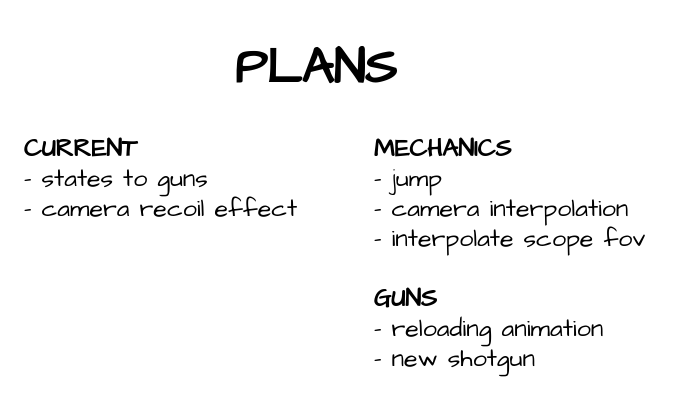
Earlier version of the draw.io diagram plans.drawio (HasChad/bevy-shooting-range). Source tidied: cells renumbered, new cells numbered last; positions are measured from the earlier drawing's top-left corner, leaving out a move shared by most shapes. Both pictures are drawn from the tidied source at 125%, with x=0, y=0 at pixel (21, 21).
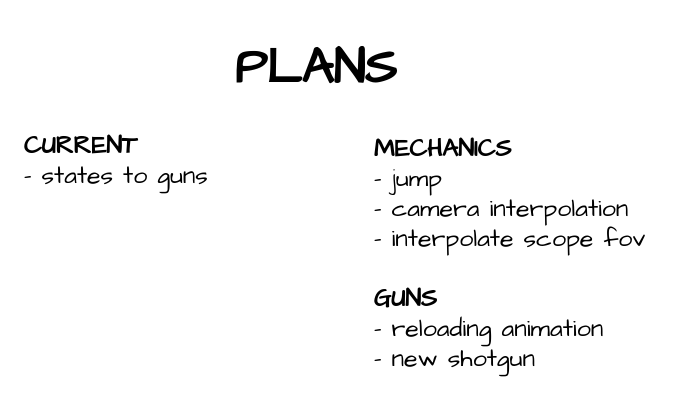
Above is the later version.

Change to the diagram source:
```diff
@@
 <mxGraphModel>
   <root>
     <mxCell id="0" />
     <mxCell id="1" parent="0" />
     <mxCell id="2" value="&lt;b&gt;MECHANICS&lt;/b&gt;&lt;br&gt;- jump&lt;br&gt;- camera interpolation&lt;br&gt;- interpolate scope fov&lt;br&gt;&lt;br&gt;&lt;b&gt;GUNS&lt;br&gt;&lt;/b&gt;- reloading animation&lt;br&gt;- new shotgun" style="text;html=1;align=left;verticalAlign=middle;strokeColor=none;fillColor=none;fontSize=20;fontFamily=Architects Daughter;sketch=1;hachureGap=4;jiggle=2;curveFitting=1;" parent="1" vertex="1">
       <mxGeometry x="280" y="80" width="240" height="210" as="geometry" />
     </mxCell>
-    <mxCell id="3" value="&lt;b&gt;CURRENT&lt;/b&gt;&lt;br&gt;- states to guns&lt;br&gt;- camera recoil effect" style="text;html=1;align=left;verticalAlign=middle;strokeColor=none;fillColor=none;fontSize=20;fontFamily=Architects Daughter;sketch=1;hachureGap=4;jiggle=2;curveFitting=1;" parent="1" vertex="1">
-      <mxGeometry y="80" width="240" height="90" as="geometry" />
+    <mxCell id="3" value="&lt;b&gt;CURRENT&lt;/b&gt;&lt;br&gt;- states to guns" style="text;html=1;align=left;verticalAlign=middle;strokeColor=none;fillColor=none;fontSize=20;fontFamily=Architects Daughter;sketch=1;hachureGap=4;jiggle=2;curveFitting=1;" parent="1" vertex="1">
+      <mxGeometry y="80" width="170" height="60" as="geometry" />
     </mxCell>
     <mxCell id="4" value="&lt;p style=&quot;line-height: 100%;&quot;&gt;&lt;b style=&quot;&quot;&gt;&lt;font style=&quot;font-size: 40px;&quot;&gt;PLANS&lt;/font&gt;&lt;/b&gt;&lt;/p&gt;" style="text;html=1;align=center;verticalAlign=middle;strokeColor=none;fillColor=none;fontSize=20;fontFamily=Architects Daughter;sketch=1;hachureGap=4;jiggle=2;curveFitting=1;" parent="1" vertex="1">
       <mxGeometry x="160" width="150" height="80" as="geometry" />
     </mxCell>
   </root>
 </mxGraphModel>
```
